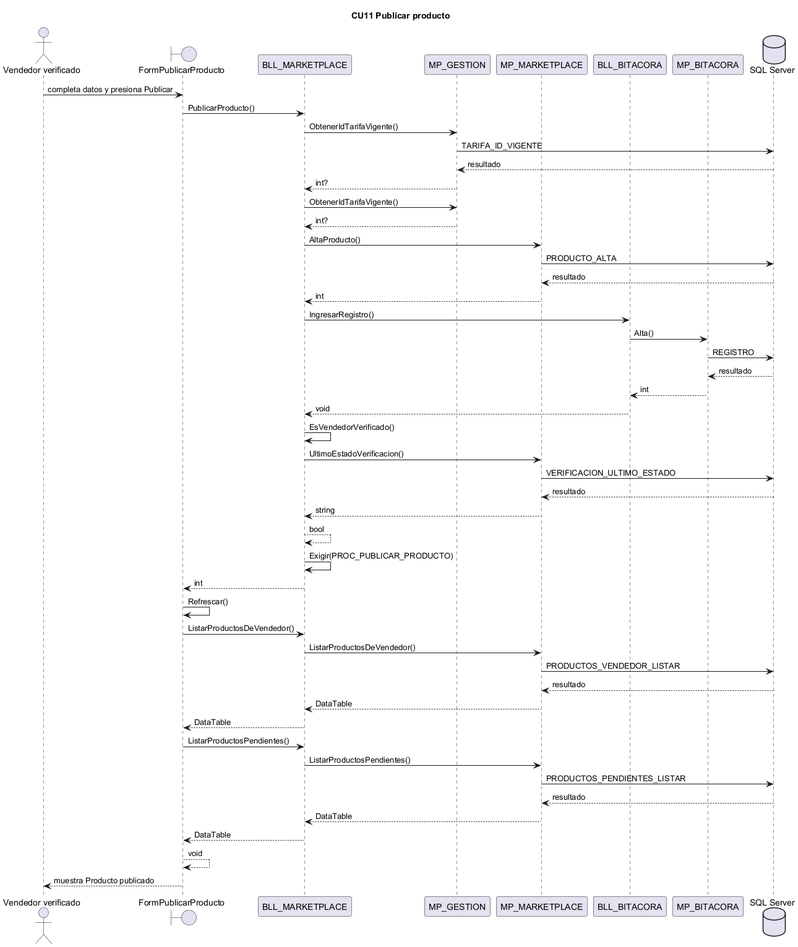
This is docs/diagramas/secuencias_png/CU11.png from L-Muniz/uai-diploma_2026, a PlantUML export, as it was before one commit. Its diagram source:
```plantuml
@startuml CU11
title CU11 Publicar producto
actor "Vendedor verificado" as ACT
boundary FormPublicarProducto
participant BLL_MARKETPLACE
participant MP_GESTION
participant MP_MARKETPLACE
participant BLL_BITACORA
participant MP_BITACORA
database "SQL Server" as BD
ACT -> FormPublicarProducto : completa datos y presiona Publicar
FormPublicarProducto -> BLL_MARKETPLACE : PublicarProducto()
BLL_MARKETPLACE -> MP_GESTION : ObtenerIdTarifaVigente()
MP_GESTION -> BD : TARIFA_ID_VIGENTE
BD --> MP_GESTION : resultado
MP_GESTION --> BLL_MARKETPLACE : int?
BLL_MARKETPLACE -> MP_GESTION : ObtenerIdTarifaVigente()
MP_GESTION --> BLL_MARKETPLACE : int?
BLL_MARKETPLACE -> MP_MARKETPLACE : AltaProducto()
MP_MARKETPLACE -> BD : PRODUCTO_ALTA
BD --> MP_MARKETPLACE : resultado
MP_MARKETPLACE --> BLL_MARKETPLACE : int
BLL_MARKETPLACE -> BLL_BITACORA : IngresarRegistro()
BLL_BITACORA -> MP_BITACORA : Alta()
MP_BITACORA -> BD : REGISTRO
BD --> MP_BITACORA : resultado
MP_BITACORA --> BLL_BITACORA : int
BLL_BITACORA --> BLL_MARKETPLACE : void
BLL_MARKETPLACE -> BLL_MARKETPLACE : EsVendedorVerificado()
BLL_MARKETPLACE -> MP_MARKETPLACE : UltimoEstadoVerificacion()
MP_MARKETPLACE -> BD : VERIFICACION_ULTIMO_ESTADO
BD --> MP_MARKETPLACE : resultado
MP_MARKETPLACE --> BLL_MARKETPLACE : string
BLL_MARKETPLACE --> BLL_MARKETPLACE : bool
BLL_MARKETPLACE -> BLL_MARKETPLACE : Exigir(PROC_PUBLICAR_PRODUCTO)
BLL_MARKETPLACE --> FormPublicarProducto : int
FormPublicarProducto -> FormPublicarProducto : Refrescar()
FormPublicarProducto -> BLL_MARKETPLACE : ListarProductosDeVendedor()
BLL_MARKETPLACE -> MP_MARKETPLACE : ListarProductosDeVendedor()
MP_MARKETPLACE -> BD : PRODUCTOS_VENDEDOR_LISTAR
BD --> MP_MARKETPLACE : resultado
MP_MARKETPLACE --> BLL_MARKETPLACE : DataTable
BLL_MARKETPLACE --> FormPublicarProducto : DataTable
FormPublicarProducto -> BLL_MARKETPLACE : ListarProductosPendientes()
BLL_MARKETPLACE -> MP_MARKETPLACE : ListarProductosPendientes()
MP_MARKETPLACE -> BD : PRODUCTOS_PENDIENTES_LISTAR
BD --> MP_MARKETPLACE : resultado
MP_MARKETPLACE --> BLL_MARKETPLACE : DataTable
BLL_MARKETPLACE --> FormPublicarProducto : DataTable
FormPublicarProducto --> FormPublicarProducto : void
FormPublicarProducto --> ACT : muestra Producto publicado
@enduml
```
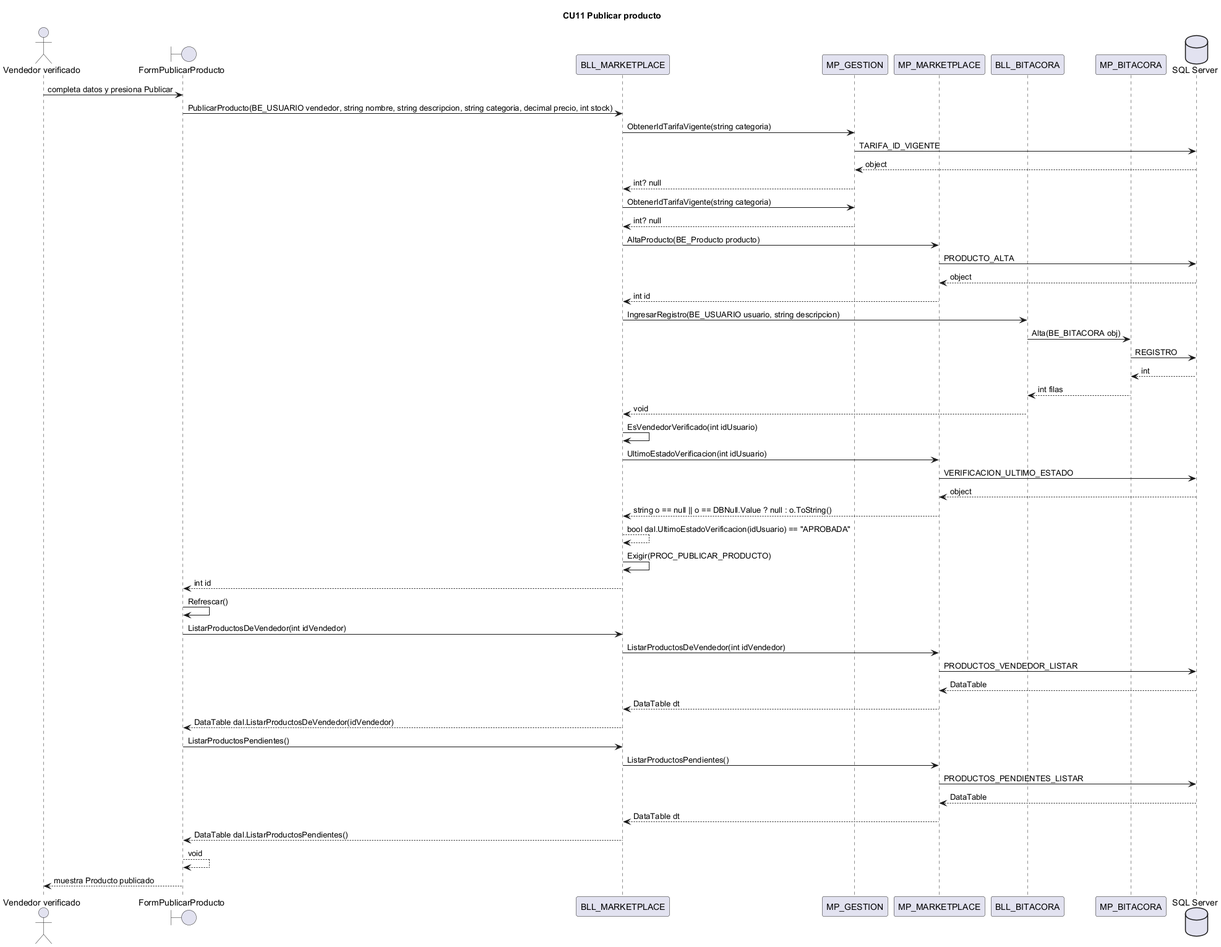
The same file after the commit.

What changed in the source:
```diff
@@ -9,44 +9,44 @@
 participant MP_BITACORA
 database "SQL Server" as BD
 ACT -> FormPublicarProducto : completa datos y presiona Publicar
-FormPublicarProducto -> BLL_MARKETPLACE : PublicarProducto()
-BLL_MARKETPLACE -> MP_GESTION : ObtenerIdTarifaVigente()
+FormPublicarProducto -> BLL_MARKETPLACE : PublicarProducto(BE_USUARIO vendedor, string nombre, string descripcion, string categoria, decimal precio, int stock)
+BLL_MARKETPLACE -> MP_GESTION : ObtenerIdTarifaVigente(string categoria)
 MP_GESTION -> BD : TARIFA_ID_VIGENTE
-BD --> MP_GESTION : resultado
-MP_GESTION --> BLL_MARKETPLACE : int?
-BLL_MARKETPLACE -> MP_GESTION : ObtenerIdTarifaVigente()
-MP_GESTION --> BLL_MARKETPLACE : int?
-BLL_MARKETPLACE -> MP_MARKETPLACE : AltaProducto()
+BD --> MP_GESTION : object
+MP_GESTION --> BLL_MARKETPLACE : int? null
+BLL_MARKETPLACE -> MP_GESTION : ObtenerIdTarifaVigente(string categoria)
+MP_GESTION --> BLL_MARKETPLACE : int? null
+BLL_MARKETPLACE -> MP_MARKETPLACE : AltaProducto(BE_Producto producto)
 MP_MARKETPLACE -> BD : PRODUCTO_ALTA
-BD --> MP_MARKETPLACE : resultado
-MP_MARKETPLACE --> BLL_MARKETPLACE : int
-BLL_MARKETPLACE -> BLL_BITACORA : IngresarRegistro()
-BLL_BITACORA -> MP_BITACORA : Alta()
+BD --> MP_MARKETPLACE : object
+MP_MARKETPLACE --> BLL_MARKETPLACE : int id
+BLL_MARKETPLACE -> BLL_BITACORA : IngresarRegistro(BE_USUARIO usuario, string descripcion)
+BLL_BITACORA -> MP_BITACORA : Alta(BE_BITACORA obj)
 MP_BITACORA -> BD : REGISTRO
-BD --> MP_BITACORA : resultado
-MP_BITACORA --> BLL_BITACORA : int
+BD --> MP_BITACORA : int
+MP_BITACORA --> BLL_BITACORA : int filas
 BLL_BITACORA --> BLL_MARKETPLACE : void
-BLL_MARKETPLACE -> BLL_MARKETPLACE : EsVendedorVerificado()
-BLL_MARKETPLACE -> MP_MARKETPLACE : UltimoEstadoVerificacion()
+BLL_MARKETPLACE -> BLL_MARKETPLACE : EsVendedorVerificado(int idUsuario)
+BLL_MARKETPLACE -> MP_MARKETPLACE : UltimoEstadoVerificacion(int idUsuario)
 MP_MARKETPLACE -> BD : VERIFICACION_ULTIMO_ESTADO
-BD --> MP_MARKETPLACE : resultado
-MP_MARKETPLACE --> BLL_MARKETPLACE : string
-BLL_MARKETPLACE --> BLL_MARKETPLACE : bool
+BD --> MP_MARKETPLACE : object
+MP_MARKETPLACE --> BLL_MARKETPLACE : string o == null || o == DBNull.Value ? null : o.ToString()
+BLL_MARKETPLACE --> BLL_MARKETPLACE : bool dal.UltimoEstadoVerificacion(idUsuario) == "APROBADA"
 BLL_MARKETPLACE -> BLL_MARKETPLACE : Exigir(PROC_PUBLICAR_PRODUCTO)
-BLL_MARKETPLACE --> FormPublicarProducto : int
+BLL_MARKETPLACE --> FormPublicarProducto : int id
 FormPublicarProducto -> FormPublicarProducto : Refrescar()
-FormPublicarProducto -> BLL_MARKETPLACE : ListarProductosDeVendedor()
-BLL_MARKETPLACE -> MP_MARKETPLACE : ListarProductosDeVendedor()
+FormPublicarProducto -> BLL_MARKETPLACE : ListarProductosDeVendedor(int idVendedor)
+BLL_MARKETPLACE -> MP_MARKETPLACE : ListarProductosDeVendedor(int idVendedor)
 MP_MARKETPLACE -> BD : PRODUCTOS_VENDEDOR_LISTAR
-BD --> MP_MARKETPLACE : resultado
-MP_MARKETPLACE --> BLL_MARKETPLACE : DataTable
-BLL_MARKETPLACE --> FormPublicarProducto : DataTable
+BD --> MP_MARKETPLACE : DataTable
+MP_MARKETPLACE --> BLL_MARKETPLACE : DataTable dt
+BLL_MARKETPLACE --> FormPublicarProducto : DataTable dal.ListarProductosDeVendedor(idVendedor)
 FormPublicarProducto -> BLL_MARKETPLACE : ListarProductosPendientes()
 BLL_MARKETPLACE -> MP_MARKETPLACE : ListarProductosPendientes()
 MP_MARKETPLACE -> BD : PRODUCTOS_PENDIENTES_LISTAR
-BD --> MP_MARKETPLACE : resultado
-MP_MARKETPLACE --> BLL_MARKETPLACE : DataTable
-BLL_MARKETPLACE --> FormPublicarProducto : DataTable
+BD --> MP_MARKETPLACE : DataTable
+MP_MARKETPLACE --> BLL_MARKETPLACE : DataTable dt
+BLL_MARKETPLACE --> FormPublicarProducto : DataTable dal.ListarProductosPendientes()
 FormPublicarProducto --> FormPublicarProducto : void
 FormPublicarProducto --> ACT : muestra Producto publicado
 @enduml
```
